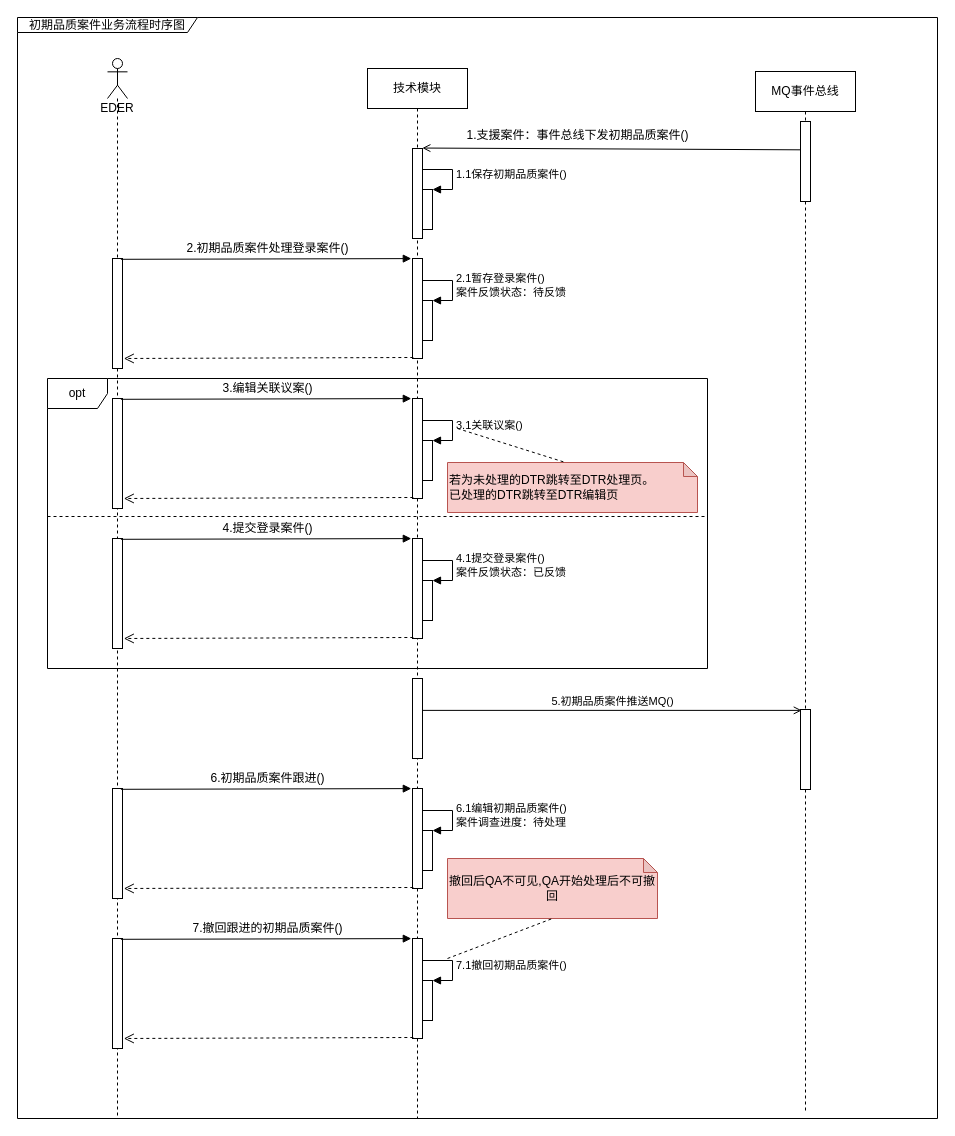
The draw.io diagram page "初期品质案件业务流程时序图" (20 of 21) of images/支援案件时序图.drawio in 1132489442/designer, before the edit. Source tidied: cells renumbered, new cells numbered last; positions are measured from the earlier drawing's top-left corner, leaving out a move shared by most shapes. Both pictures are drawn from the tidied source at 100%, with x=0, y=0 at pixel (17, 17).
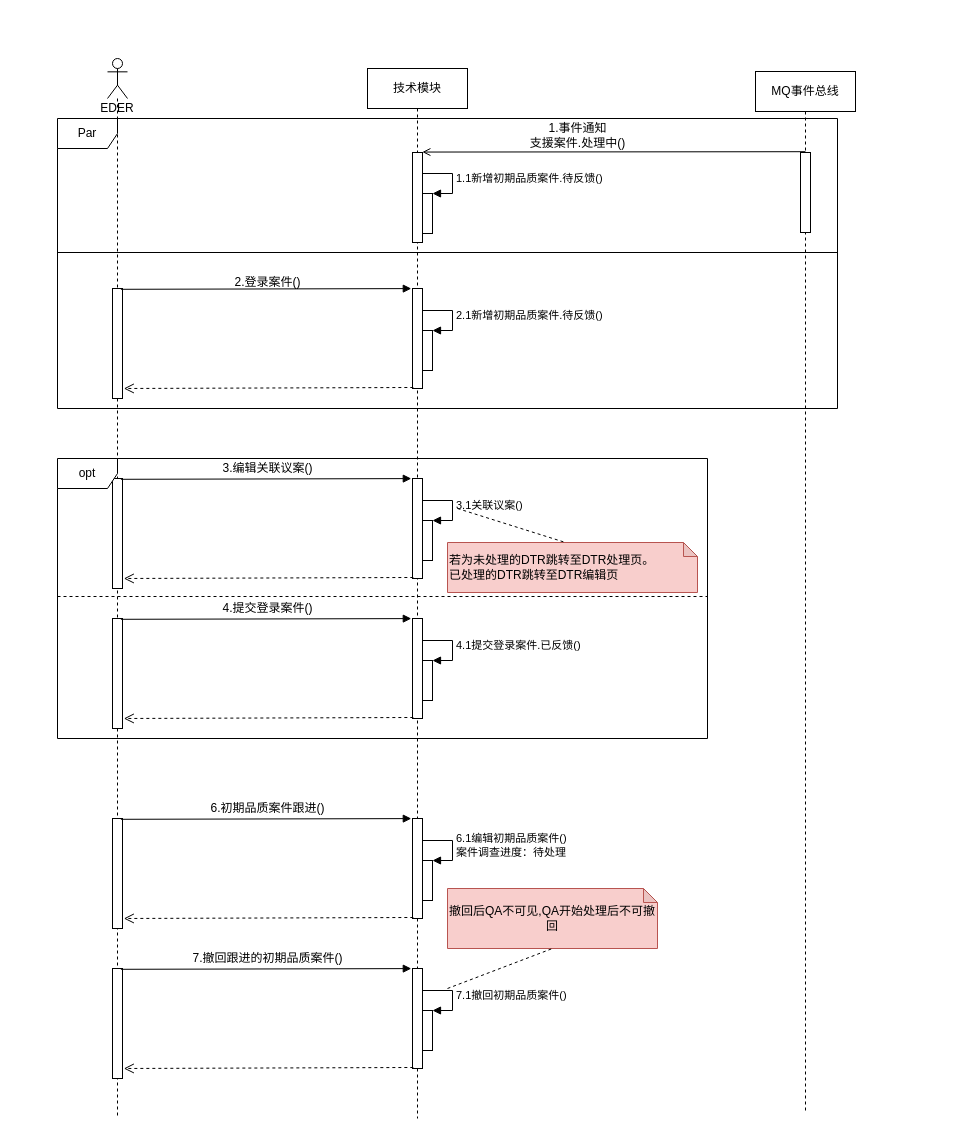
After the change.

Unchanged cells that the change refers to:
```xml
<mxCell id="2" value="技术模块" style="shape=umlLifeline;perimeter=lifelinePerimeter;whiteSpace=wrap;html=1;" parent="1" vertex="1">
  <mxGeometry x="350" y="51" width="100" height="1050" as="geometry" />
</mxCell>
<mxCell id="9" value="EDER" style="shape=umlLifeline;participant=umlActor;perimeter=lifelinePerimeter;whiteSpace=wrap;html=1;verticalAlign=top;spacingTop=36;size=40;" parent="1" vertex="1">
  <mxGeometry x="90" y="41" width="20" height="1060" as="geometry" />
</mxCell>
<mxCell id="50" value="MQ事件总线" style="shape=umlLifeline;perimeter=lifelinePerimeter;whiteSpace=wrap;html=1;" parent="1" vertex="1">
  <mxGeometry x="738" y="54" width="100" height="1040" as="geometry" />
</mxCell>
```

The edit, as a diff of the source:
```diff
@@
     <mxCell id="3" style="html=1;points=[];perimeter=orthogonalPerimeter;" parent="2" vertex="1">
-      <mxGeometry x="45" y="190" width="10" height="100" as="geometry" />
+      <mxGeometry x="45" y="220" width="10" height="100" as="geometry" />
     </mxCell>
     <mxCell id="4" style="html=1;points=[];perimeter=orthogonalPerimeter;" parent="2" vertex="1">
-      <mxGeometry x="55" y="232" width="10" height="40" as="geometry" />
+      <mxGeometry x="55" y="262" width="10" height="40" as="geometry" />
     </mxCell>
-    <mxCell id="5" value="2.1暂存登录案件()&lt;br&gt;案件反馈状态：待反馈" style="edgeStyle=orthogonalEdgeStyle;html=1;align=left;spacingLeft=2;endArrow=block;rounded=0;entryX=1;entryY=0;" parent="2" edge="1" target="4">
+    <mxCell id="5" value="2.1新增初期品质案件.待反馈()" style="edgeStyle=orthogonalEdgeStyle;html=1;align=left;spacingLeft=2;endArrow=block;rounded=0;entryX=1;entryY=0;" parent="2" edge="1" target="4">
       <mxGeometry relative="1" as="geometry">
-        <mxPoint x="55" y="212" as="sourcePoint" />
+        <mxPoint x="55" y="242" as="sourcePoint" />
         <Array as="points">
-          <mxPoint x="85" y="212" />
+          <mxPoint x="85" y="242" />
         </Array>
       </mxGeometry>
     </mxCell>
     <mxCell id="6" style="html=1;points=[];perimeter=orthogonalPerimeter;" parent="2" vertex="1">
-      <mxGeometry x="45" y="80" width="10" height="90" as="geometry" />
+      <mxGeometry x="45" y="84" width="10" height="90" as="geometry" />
     </mxCell>
     <mxCell id="7" style="html=1;points=[];perimeter=orthogonalPerimeter;" parent="2" vertex="1">
-      <mxGeometry x="55" y="121" width="10" height="40" as="geometry" />
+      <mxGeometry x="55" y="125" width="10" height="40" as="geometry" />
     </mxCell>
-    <mxCell id="8" value="1.1保存初期品质案件()" style="edgeStyle=orthogonalEdgeStyle;html=1;align=left;spacingLeft=2;endArrow=block;rounded=0;entryX=1;entryY=0;" parent="2" edge="1" target="7">
+    <mxCell id="8" value="1.1新增初期品质案件.待反馈()" style="edgeStyle=orthogonalEdgeStyle;html=1;align=left;spacingLeft=2;endArrow=block;rounded=0;entryX=1;entryY=0;" parent="2" edge="1" target="7">
       <mxGeometry relative="1" as="geometry">
-        <mxPoint x="55" y="101" as="sourcePoint" />
+        <mxPoint x="55" y="105" as="sourcePoint" />
         <Array as="points">
-          <mxPoint x="85" y="101" />
+          <mxPoint x="85" y="105" />
         </Array>
       </mxGeometry>
     </mxCell>
@@
     <mxCell id="10" style="html=1;points=[];perimeter=orthogonalPerimeter;" parent="9" vertex="1">
-      <mxGeometry x="5" y="200" width="10" height="110" as="geometry" />
+      <mxGeometry x="5" y="230" width="10" height="110" as="geometry" />
     </mxCell>
     <mxCell id="11" style="edgeStyle=none;rounded=0;orthogonalLoop=1;jettySize=auto;html=1;endArrow=block;endFill=1;exitX=0.841;exitY=0.016;exitDx=0;exitDy=0;exitPerimeter=0;entryX=-0.124;entryY=0.011;entryDx=0;entryDy=0;entryPerimeter=0;" parent="1" edge="1">
       <mxGeometry relative="1" as="geometry">
-        <mxPoint x="103.4" y="241.8" as="sourcePoint" />
-        <mxPoint x="393.8" y="241.1" as="targetPoint" />
+        <mxPoint x="103.4" y="271.8" as="sourcePoint" />
+        <mxPoint x="393.8" y="271.1" as="targetPoint" />
       </mxGeometry>
     </mxCell>
@@
-    <mxCell id="13" value="2.初期品质案件处理登录案件()" style="text;html=1;align=center;verticalAlign=middle;strokeColor=none;fillColor=none;" parent="1" vertex="1">
-      <mxGeometry x="160" y="221" width="180" height="20" as="geometry" />
+    <mxCell id="13" value="2.登录案件()" style="text;html=1;align=center;verticalAlign=middle;strokeColor=none;fillColor=none;" parent="1" vertex="1">
+      <mxGeometry x="210" y="255" width="80" height="20" as="geometry" />
     </mxCell>
     <mxCell id="14" style="html=1;points=[];perimeter=orthogonalPerimeter;" parent="1" vertex="1">
-      <mxGeometry x="395" y="381" width="10" height="100" as="geometry" />
+      <mxGeometry x="395" y="461" width="10" height="100" as="geometry" />
     </mxCell>
     <mxCell id="15" style="html=1;points=[];perimeter=orthogonalPerimeter;" parent="1" vertex="1">
-      <mxGeometry x="405" y="423" width="10" height="40" as="geometry" />
+      <mxGeometry x="405" y="503" width="10" height="40" as="geometry" />
     </mxCell>
     <mxCell id="16" value="3.1关联议案()" style="edgeStyle=orthogonalEdgeStyle;html=1;align=left;spacingLeft=2;endArrow=block;rounded=0;entryX=1;entryY=0;" parent="1" edge="1" target="15">
       <mxGeometry relative="1" as="geometry">
-        <mxPoint x="405" y="403" as="sourcePoint" />
+        <mxPoint x="405" y="483" as="sourcePoint" />
         <Array as="points">
-          <mxPoint x="435" y="403" />
+          <mxPoint x="435" y="483" />
         </Array>
       </mxGeometry>
     </mxCell>
     <mxCell id="17" style="html=1;points=[];perimeter=orthogonalPerimeter;" parent="1" vertex="1">
-      <mxGeometry x="95" y="381" width="10" height="110" as="geometry" />
+      <mxGeometry x="95" y="461" width="10" height="110" as="geometry" />
     </mxCell>
     <mxCell id="18" style="edgeStyle=none;rounded=0;orthogonalLoop=1;jettySize=auto;html=1;endArrow=block;endFill=1;exitX=0.841;exitY=0.016;exitDx=0;exitDy=0;exitPerimeter=0;entryX=-0.124;entryY=0.011;entryDx=0;entryDy=0;entryPerimeter=0;" parent="1" edge="1">
       <mxGeometry relative="1" as="geometry">
-        <mxPoint x="103.4" y="381.8" as="sourcePoint" />
-        <mxPoint x="393.8" y="381.1" as="targetPoint" />
+        <mxPoint x="103.4" y="461.8" as="sourcePoint" />
+        <mxPoint x="393.8" y="461.1" as="targetPoint" />
       </mxGeometry>
     </mxCell>
@@
     <mxCell id="20" value="3.编辑关联议案()" style="text;html=1;align=center;verticalAlign=middle;strokeColor=none;fillColor=none;" parent="1" vertex="1">
-      <mxGeometry x="195" y="361" width="110" height="20" as="geometry" />
+      <mxGeometry x="195" y="441" width="110" height="20" as="geometry" />
     </mxCell>
     <mxCell id="21" value="若为未处理的DTR跳转至DTR处理页。&lt;br&gt;&lt;div&gt;&lt;span&gt;已处理的DTR跳转至DTR编辑页&lt;/span&gt;&lt;/div&gt;" style="shape=note;whiteSpace=wrap;html=1;backgroundOutline=1;darkOpacity=0.05;size=14;fillColor=#f8cecc;strokeColor=#b85450;align=left;" parent="1" vertex="1">
-      <mxGeometry x="430" y="445" width="250" height="50" as="geometry" />
+      <mxGeometry x="430" y="525" width="250" height="50" as="geometry" />
     </mxCell>
     <mxCell id="22" style="html=1;points=[];perimeter=orthogonalPerimeter;" parent="1" vertex="1">
-      <mxGeometry x="395" y="521" width="10" height="100" as="geometry" />
+      <mxGeometry x="395" y="601" width="10" height="100" as="geometry" />
     </mxCell>
     <mxCell id="23" style="html=1;points=[];perimeter=orthogonalPerimeter;" parent="1" vertex="1">
-      <mxGeometry x="405" y="563" width="10" height="40" as="geometry" />
+      <mxGeometry x="405" y="643" width="10" height="40" as="geometry" />
     </mxCell>
-    <mxCell id="24" value="4.1提交登录案件()&lt;br&gt;案件反馈状态：已反馈" style="edgeStyle=orthogonalEdgeStyle;html=1;align=left;spacingLeft=2;endArrow=block;rounded=0;entryX=1;entryY=0;" parent="1" edge="1" target="23">
+    <mxCell id="24" value="4.1提交登录案件.已反馈()" style="edgeStyle=orthogonalEdgeStyle;html=1;align=left;spacingLeft=2;endArrow=block;rounded=0;entryX=1;entryY=0;" parent="1" edge="1" target="23">
       <mxGeometry relative="1" as="geometry">
-        <mxPoint x="405" y="543" as="sourcePoint" />
+        <mxPoint x="405" y="623" as="sourcePoint" />
         <Array as="points">
-          <mxPoint x="435" y="543" />
+          <mxPoint x="435" y="623" />
         </Array>
       </mxGeometry>
     </mxCell>
     <mxCell id="25" style="html=1;points=[];perimeter=orthogonalPerimeter;" parent="1" vertex="1">
-      <mxGeometry x="95" y="521" width="10" height="110" as="geometry" />
+      <mxGeometry x="95" y="601" width="10" height="110" as="geometry" />
     </mxCell>
     <mxCell id="26" style="edgeStyle=none;rounded=0;orthogonalLoop=1;jettySize=auto;html=1;endArrow=block;endFill=1;exitX=0.841;exitY=0.016;exitDx=0;exitDy=0;exitPerimeter=0;entryX=-0.124;entryY=0.011;entryDx=0;entryDy=0;entryPerimeter=0;" parent="1" edge="1">
       <mxGeometry relative="1" as="geometry">
-        <mxPoint x="103.4" y="521.8" as="sourcePoint" />
-        <mxPoint x="393.8" y="521.1" as="targetPoint" />
+        <mxPoint x="103.4" y="601.8" as="sourcePoint" />
+        <mxPoint x="393.8" y="601.1" as="targetPoint" />
       </mxGeometry>
     </mxCell>
@@
     <mxCell id="28" value="4.提交登录案件()" style="text;html=1;align=center;verticalAlign=middle;strokeColor=none;fillColor=none;" parent="1" vertex="1">
-      <mxGeometry x="195" y="501" width="110" height="20" as="geometry" />
+      <mxGeometry x="195" y="581" width="110" height="20" as="geometry" />
     </mxCell>
     <mxCell id="29" style="html=1;points=[];perimeter=orthogonalPerimeter;" parent="1" vertex="1">
-      <mxGeometry x="395" y="771" width="10" height="100" as="geometry" />
+      <mxGeometry x="395" y="801" width="10" height="100" as="geometry" />
     </mxCell>
     <mxCell id="30" style="html=1;points=[];perimeter=orthogonalPerimeter;" parent="1" vertex="1">
-      <mxGeometry x="405" y="813" width="10" height="40" as="geometry" />
+      <mxGeometry x="405" y="843" width="10" height="40" as="geometry" />
     </mxCell>
     <mxCell id="31" value="6.1编辑初期品质案件()&lt;br&gt;案件调查进度：待处理" style="edgeStyle=orthogonalEdgeStyle;html=1;align=left;spacingLeft=2;endArrow=block;rounded=0;entryX=1;entryY=0;" parent="1" edge="1" target="30">
       <mxGeometry relative="1" as="geometry">
-        <mxPoint x="405" y="793" as="sourcePoint" />
+        <mxPoint x="405" y="823" as="sourcePoint" />
         <Array as="points">
-          <mxPoint x="435" y="793" />
+          <mxPoint x="435" y="823" />
         </Array>
       </mxGeometry>
     </mxCell>
     <mxCell id="32" style="html=1;points=[];perimeter=orthogonalPerimeter;" parent="1" vertex="1">
-      <mxGeometry x="95" y="771" width="10" height="110" as="geometry" />
+      <mxGeometry x="95" y="801" width="10" height="110" as="geometry" />
     </mxCell>
     <mxCell id="33" style="edgeStyle=none;rounded=0;orthogonalLoop=1;jettySize=auto;html=1;endArrow=block;endFill=1;exitX=0.841;exitY=0.016;exitDx=0;exitDy=0;exitPerimeter=0;entryX=-0.124;entryY=0.011;entryDx=0;entryDy=0;entryPerimeter=0;" parent="1" edge="1">
       <mxGeometry relative="1" as="geometry">
-        <mxPoint x="103.4" y="771.8" as="sourcePoint" />
-        <mxPoint x="393.8" y="771.1" as="targetPoint" />
+        <mxPoint x="103.4" y="801.8" as="sourcePoint" />
+        <mxPoint x="393.8" y="801.1" as="targetPoint" />
       </mxGeometry>
     </mxCell>
@@
     <mxCell id="35" value="6.初期品质案件跟进()" style="text;html=1;align=center;verticalAlign=middle;strokeColor=none;fillColor=none;" parent="1" vertex="1">
-      <mxGeometry x="185" y="751" width="130" height="20" as="geometry" />
+      <mxGeometry x="185" y="781" width="130" height="20" as="geometry" />
     </mxCell>
     <mxCell id="36" style="html=1;points=[];perimeter=orthogonalPerimeter;" parent="1" vertex="1">
-      <mxGeometry x="395" y="921" width="10" height="100" as="geometry" />
+      <mxGeometry x="395" y="951" width="10" height="100" as="geometry" />
     </mxCell>
     <mxCell id="37" style="html=1;points=[];perimeter=orthogonalPerimeter;" parent="1" vertex="1">
-      <mxGeometry x="405" y="963" width="10" height="40" as="geometry" />
+      <mxGeometry x="405" y="993" width="10" height="40" as="geometry" />
     </mxCell>
     <mxCell id="38" value="7.1撤回初期品质案件()" style="edgeStyle=orthogonalEdgeStyle;html=1;align=left;spacingLeft=2;endArrow=block;rounded=0;entryX=1;entryY=0;" parent="1" edge="1" target="37">
       <mxGeometry relative="1" as="geometry">
-        <mxPoint x="405" y="943" as="sourcePoint" />
+        <mxPoint x="405" y="973" as="sourcePoint" />
         <Array as="points">
-          <mxPoint x="435" y="943" />
+          <mxPoint x="435" y="973" />
         </Array>
       </mxGeometry>
     </mxCell>
     <mxCell id="39" style="html=1;points=[];perimeter=orthogonalPerimeter;" parent="1" vertex="1">
-      <mxGeometry x="95" y="921" width="10" height="110" as="geometry" />
+      <mxGeometry x="95" y="951" width="10" height="110" as="geometry" />
     </mxCell>
     <mxCell id="40" style="edgeStyle=none;rounded=0;orthogonalLoop=1;jettySize=auto;html=1;endArrow=block;endFill=1;exitX=0.841;exitY=0.016;exitDx=0;exitDy=0;exitPerimeter=0;entryX=-0.124;entryY=0.011;entryDx=0;entryDy=0;entryPerimeter=0;" parent="1" edge="1">
       <mxGeometry relative="1" as="geometry">
-        <mxPoint x="103.4" y="921.8" as="sourcePoint" />
-        <mxPoint x="393.8" y="921.1" as="targetPoint" />
+        <mxPoint x="103.4" y="951.8" as="sourcePoint" />
+        <mxPoint x="393.8" y="951.1" as="targetPoint" />
       </mxGeometry>
     </mxCell>
@@
     <mxCell id="42" value="7.撤回跟进的初期品质案件()" style="text;html=1;align=center;verticalAlign=middle;strokeColor=none;fillColor=none;" parent="1" vertex="1">
-      <mxGeometry x="165" y="901" width="170" height="20" as="geometry" />
+      <mxGeometry x="165" y="931" width="170" height="20" as="geometry" />
     </mxCell>
-    <mxCell id="43" style="html=1;points=[];perimeter=orthogonalPerimeter;" parent="1" vertex="1">
-      <mxGeometry x="395" y="661" width="10" height="80" as="geometry" />
-    </mxCell>
     <mxCell id="44" value="撤回后QA不可见,QA开始处理后不可撤回" style="shape=note;whiteSpace=wrap;html=1;backgroundOutline=1;darkOpacity=0.05;size=14;fillColor=#f8cecc;strokeColor=#b85450;" parent="1" vertex="1">
-      <mxGeometry x="430" y="841" width="210" height="60" as="geometry" />
+      <mxGeometry x="430" y="871" width="210" height="60" as="geometry" />
     </mxCell>
     <mxCell id="45" style="endArrow=none;dashed=1;html=1;rounded=0;entryX=0.5;entryY=1;entryDx=0;entryDy=0;entryPerimeter=0;" parent="1" edge="1" target="44">
       <mxGeometry relative="1" as="geometry">
-        <mxPoint x="430" y="941" as="sourcePoint" />
+        <mxPoint x="430" y="971" as="sourcePoint" />
       </mxGeometry>
     </mxCell>
     <mxCell id="46" style="endArrow=none;dashed=1;html=1;rounded=0;entryX=0;entryY=0;entryDx=118;entryDy=0;entryPerimeter=0;" parent="1" edge="1" target="21">
       <mxGeometry relative="1" as="geometry">
-        <mxPoint x="440" y="411" as="sourcePoint" />
+        <mxPoint x="440" y="491" as="sourcePoint" />
       </mxGeometry>
     </mxCell>
-    <mxCell id="47" value="初期品质案件业务流程时序图" style="shape=umlFrame;whiteSpace=wrap;html=1;width=180;height=15;" parent="1" vertex="1">
-      <mxGeometry width="920" height="1101" as="geometry" />
-    </mxCell>
-    <mxCell id="48" value="opt" style="shape=umlFrame;whiteSpace=wrap;html=1;" parent="1" vertex="1">
-      <mxGeometry x="30" y="361" width="660" height="290" as="geometry" />
-    </mxCell>
     <mxCell id="49" style="line;strokeWidth=1;fillColor=none;align=left;verticalAlign=middle;spacingTop=-1;spacingLeft=3;spacingRight=3;labelPosition=right;dashed=1;" parent="1" vertex="1">
-      <mxGeometry x="30" y="495" width="660" height="8" as="geometry" />
+      <mxGeometry x="40" y="575" width="650" height="8" as="geometry" />
     </mxCell>
@@
     <mxCell id="51" style="html=1;points=[];perimeter=orthogonalPerimeter;" parent="50" vertex="1">
-      <mxGeometry x="45" y="50" width="10" height="80" as="geometry" />
+      <mxGeometry x="45" y="81" width="10" height="80" as="geometry" />
     </mxCell>
-    <mxCell id="52" style="html=1;points=[];perimeter=orthogonalPerimeter;" parent="50" vertex="1">
-      <mxGeometry x="45" y="638" width="10" height="80" as="geometry" />
-    </mxCell>
-    <mxCell id="53" style="edgeStyle=none;rounded=0;jettySize=auto;html=1;endArrow=open;endFill=0;entryX=0.986;entryY=-0.005;entryDx=0;entryDy=0;entryPerimeter=0;exitX=0.014;exitY=0.354;exitDx=0;exitDy=0;exitPerimeter=0;" parent="1" edge="1" source="51" target="6">
+    <mxCell id="53" style="edgeStyle=none;rounded=0;jettySize=auto;html=1;endArrow=open;endFill=0;entryX=0.986;entryY=-0.005;entryDx=0;entryDy=0;entryPerimeter=0;exitX=0.495;exitY=-0.01;exitDx=0;exitDy=0;exitPerimeter=0;" parent="1" edge="1" source="51" target="6">
       <mxGeometry relative="1" as="geometry" />
     </mxCell>
-    <mxCell id="54" value="1.支援案件：事件总线下发初期品质案件()" style="text;html=1;align=center;verticalAlign=middle;strokeColor=none;fillColor=none;" parent="1" vertex="1">
-      <mxGeometry x="440" y="108" width="240" height="20" as="geometry" />
+    <mxCell id="54" value="1.事件通知&lt;br&gt;支援案件.处理中()" style="text;html=1;align=center;verticalAlign=middle;strokeColor=none;fillColor=none;" parent="1" vertex="1">
+      <mxGeometry x="505" y="103" width="110" height="30" as="geometry" />
     </mxCell>
-    <mxCell id="55" value="&lt;span style=&quot;text-align: left&quot;&gt;5.初期品质案件推送MQ()&lt;/span&gt;" style="html=1;verticalAlign=bottom;endArrow=open;rounded=0;entryX=0.129;entryY=0.011;entryDx=0;entryDy=0;entryPerimeter=0;endFill=0;" parent="1" edge="1" source="43" target="52">
-      <mxGeometry relative="1" as="geometry" />
-    </mxCell>
+    <mxCell id="56" value="Par" style="shape=umlFrame;whiteSpace=wrap;html=1;fillColor=#FFFFFF;" parent="1" vertex="1">
+      <mxGeometry x="40" y="101" width="780" height="290" as="geometry" />
+    </mxCell>
+    <mxCell id="57" style="line;strokeWidth=1;fillColor=none;align=left;verticalAlign=middle;spacingTop=-1;spacingLeft=3;spacingRight=3;labelPosition=right;" parent="1" vertex="1">
+      <mxGeometry x="40" y="231" width="780" height="8" as="geometry" />
+    </mxCell>
+    <mxCell id="48" value="opt" style="shape=umlFrame;whiteSpace=wrap;html=1;" parent="1" vertex="1">
+      <mxGeometry x="40" y="441" width="650" height="280" as="geometry" />
+    </mxCell>
```
